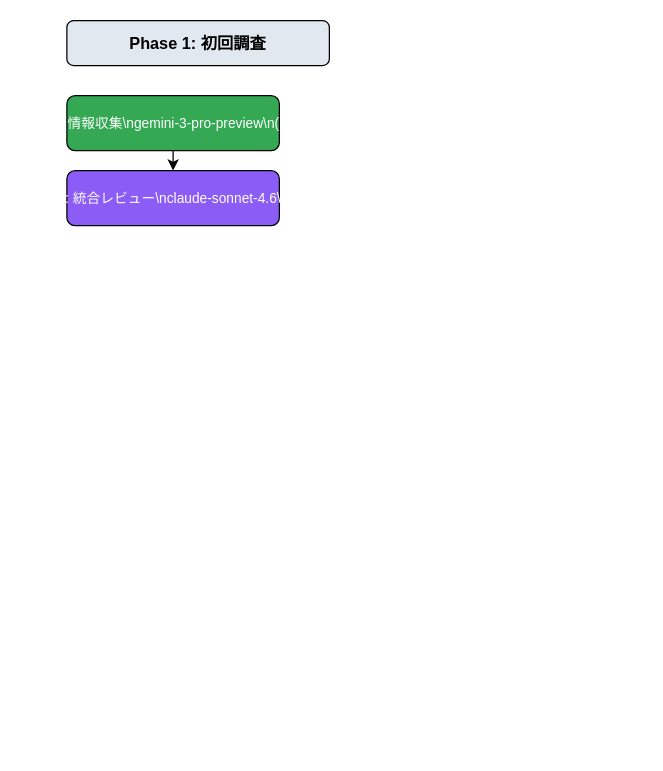
Earlier version of the draw.io diagram quality/flow.drawio (ledboots624/spider-tetsu-research). Source tidied: cells renumbered, new cells numbered last; positions are measured from the earlier drawing's top-left corner, leaving out a move shared by most shapes. Both pictures are drawn from the tidied source at 125%, with x=0, y=0 at pixel (66, 20).
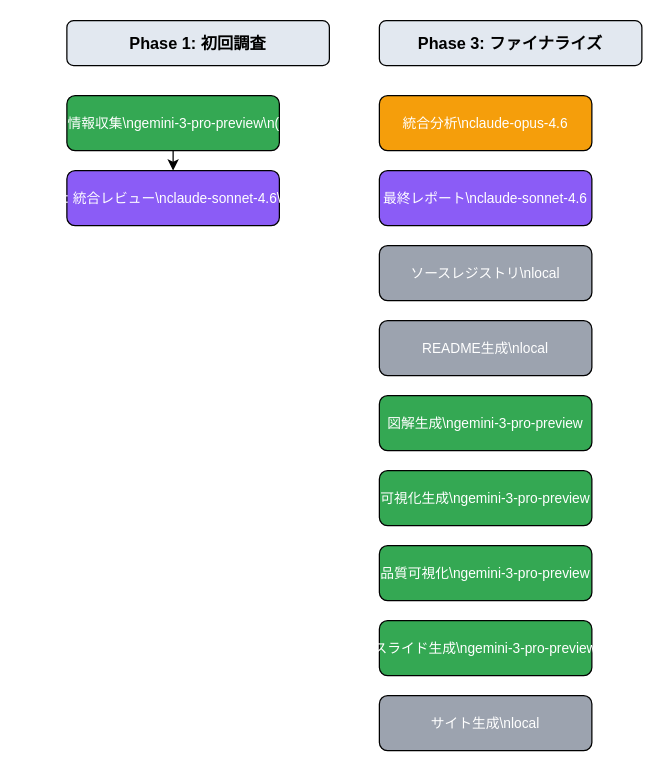
After the change.

The edit, as a diff of the source:
```diff
@@
 <mxGraphModel>
   <root>
     <mxCell id="0" />
     <mxCell id="1" parent="0" />
     <mxCell id="2" value="Phase 1: 初回調査" style="rounded=1;fillColor=#e2e8f0;fontStyle=1;fontSize=13;" parent="1" vertex="1">
       <mxGeometry width="210" height="36" as="geometry" />
     </mxCell>
     <mxCell id="3" value="Step 1: 情報収集\ngemini-3-pro-preview\n(1m30s)" style="rounded=1;fillColor=#34a853;fontColor=#ffffff;fontSize=11;" parent="1" vertex="1">
       <mxGeometry y="60" width="170" height="44" as="geometry" />
     </mxCell>
     <mxCell id="4" value="Step 2: 統合レビュー\nclaude-sonnet-4.6\n(55s)" style="rounded=1;fillColor=#8b5cf6;fontColor=#ffffff;fontSize=11;" parent="1" vertex="1">
       <mxGeometry y="120" width="170" height="44" as="geometry" />
     </mxCell>
+    <mxCell id="6" value="Phase 3: ファイナライズ" style="rounded=1;fillColor=#e2e8f0;fontStyle=1;fontSize=13;" parent="1" vertex="1">
+      <mxGeometry x="250" width="210" height="36" as="geometry" />
+    </mxCell>
+    <mxCell id="7" value="統合分析\nclaude-opus-4.6" style="rounded=1;fillColor=#f59e0b;fontColor=#ffffff;fontSize=11;" parent="1" vertex="1">
+      <mxGeometry x="250" y="60" width="170" height="44" as="geometry" />
+    </mxCell>
+    <mxCell id="8" value="最終レポート\nclaude-sonnet-4.6" style="rounded=1;fillColor=#8b5cf6;fontColor=#ffffff;fontSize=11;" parent="1" vertex="1">
+      <mxGeometry x="250" y="120" width="170" height="44" as="geometry" />
+    </mxCell>
+    <mxCell id="9" value="ソースレジストリ\nlocal" style="rounded=1;fillColor=#9ca3af;fontColor=#ffffff;fontSize=11;" parent="1" vertex="1">
+      <mxGeometry x="250" y="180" width="170" height="44" as="geometry" />
+    </mxCell>
+    <mxCell id="10" value="README生成\nlocal" style="rounded=1;fillColor=#9ca3af;fontColor=#ffffff;fontSize=11;" parent="1" vertex="1">
+      <mxGeometry x="250" y="240" width="170" height="44" as="geometry" />
+    </mxCell>
+    <mxCell id="11" value="図解生成\ngemini-3-pro-preview" style="rounded=1;fillColor=#34a853;fontColor=#ffffff;fontSize=11;" parent="1" vertex="1">
+      <mxGeometry x="250" y="300" width="170" height="44" as="geometry" />
+    </mxCell>
+    <mxCell id="12" value="可視化生成\ngemini-3-pro-preview" style="rounded=1;fillColor=#34a853;fontColor=#ffffff;fontSize=11;" parent="1" vertex="1">
+      <mxGeometry x="250" y="360" width="170" height="44" as="geometry" />
+    </mxCell>
+    <mxCell id="13" value="品質可視化\ngemini-3-pro-preview" style="rounded=1;fillColor=#34a853;fontColor=#ffffff;fontSize=11;" parent="1" vertex="1">
+      <mxGeometry x="250" y="420" width="170" height="44" as="geometry" />
+    </mxCell>
+    <mxCell id="14" value="スライド生成\ngemini-3-pro-preview" style="rounded=1;fillColor=#34a853;fontColor=#ffffff;fontSize=11;" parent="1" vertex="1">
+      <mxGeometry x="250" y="480" width="170" height="44" as="geometry" />
+    </mxCell>
+    <mxCell id="15" value="サイト生成\nlocal" style="rounded=1;fillColor=#9ca3af;fontColor=#ffffff;fontSize=11;" parent="1" vertex="1">
+      <mxGeometry x="250" y="540" width="170" height="44" as="geometry" />
+    </mxCell>
     <mxCell id="5" style="edgeStyle=orthogonalEdgeStyle;" parent="1" edge="1" source="3" target="4">
       <mxGeometry relative="1" as="geometry" />
     </mxCell>
   </root>
 </mxGraphModel>
```
